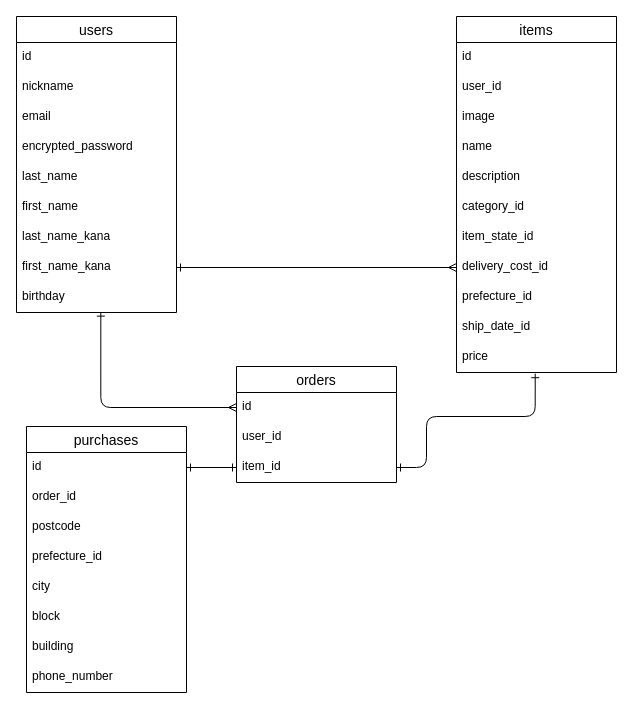
Above: test.dio in mayu1122oo/furima-39068 (draw.io), before the change. Source tidied: cells renumbered, new cells numbered last; positions are measured from the earlier drawing's top-left corner, leaving out a move shared by most shapes. Both pictures are drawn from the tidied source at 100%, with x=0, y=0 at pixel (16, 16).
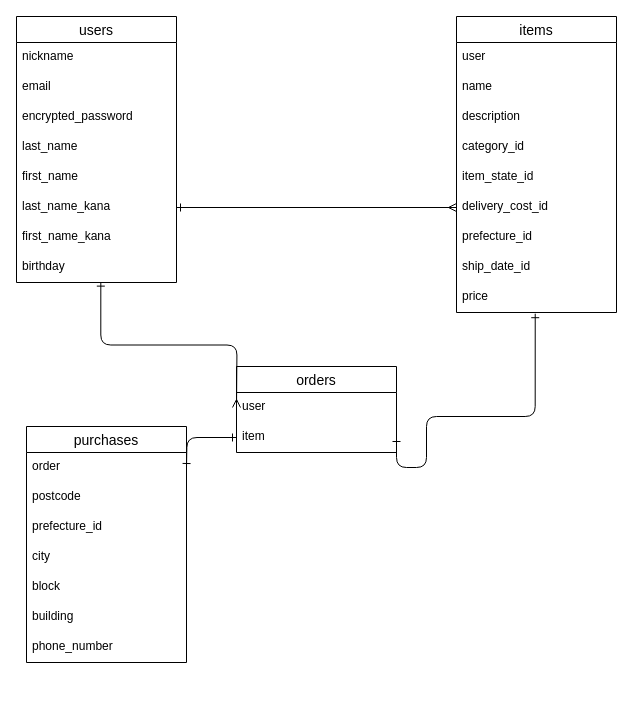
Above is the later version.

The edit, as a diff of the source:
```diff
@@
     <mxCell id="2" value="users" style="swimlane;fontStyle=0;horizontal=1;startSize=26;align=center;fontSize=14;" parent="1" vertex="1">
-      <mxGeometry width="160" height="296" as="geometry" />
+      <mxGeometry width="160" height="266" as="geometry" />
     </mxCell>
-    <mxCell id="3" value="id" style="text;strokeColor=none;fillColor=none;spacingLeft=4;spacingRight=4;overflow=hidden;fontSize=12;" parent="2" vertex="1">
-      <mxGeometry y="26" width="160" height="30" as="geometry" />
-    </mxCell>
     <mxCell id="4" value="nickname" style="text;strokeColor=none;fillColor=none;spacingLeft=4;spacingRight=4;overflow=hidden;fontSize=12;" parent="2" vertex="1">
-      <mxGeometry y="56" width="160" height="30" as="geometry" />
+      <mxGeometry y="26" width="160" height="30" as="geometry" />
     </mxCell>
     <mxCell id="5" value="email" style="text;strokeColor=none;fillColor=none;spacingLeft=4;spacingRight=4;overflow=hidden;fontSize=12;" parent="2" vertex="1">
-      <mxGeometry y="86" width="160" height="30" as="geometry" />
+      <mxGeometry y="56" width="160" height="30" as="geometry" />
     </mxCell>
     <mxCell id="6" value="encrypted_password  " style="text;strokeColor=none;fillColor=none;spacingLeft=4;spacingRight=4;overflow=hidden;fontSize=12;" parent="2" vertex="1">
-      <mxGeometry y="116" width="160" height="30" as="geometry" />
+      <mxGeometry y="86" width="160" height="30" as="geometry" />
     </mxCell>
     <mxCell id="7" value="last_name" style="text;strokeColor=none;fillColor=none;spacingLeft=4;spacingRight=4;overflow=hidden;fontSize=12;" parent="2" vertex="1">
-      <mxGeometry y="146" width="160" height="30" as="geometry" />
+      <mxGeometry y="116" width="160" height="30" as="geometry" />
     </mxCell>
     <mxCell id="8" value="first_name " style="text;strokeColor=none;fillColor=none;spacingLeft=4;spacingRight=4;overflow=hidden;fontSize=12;" parent="2" vertex="1">
-      <mxGeometry y="176" width="160" height="30" as="geometry" />
+      <mxGeometry y="146" width="160" height="30" as="geometry" />
     </mxCell>
     <mxCell id="9" value="last_name_kana     " style="text;strokeColor=none;fillColor=none;spacingLeft=4;spacingRight=4;overflow=hidden;points=[[0,0.5],[1,0.5]];portConstraint=eastwest;fontSize=12;" parent="2" vertex="1">
-      <mxGeometry y="206" width="160" height="30" as="geometry" />
+      <mxGeometry y="176" width="160" height="30" as="geometry" />
     </mxCell>
     <mxCell id="10" value="first_name_kana" style="text;strokeColor=none;fillColor=none;spacingLeft=4;spacingRight=4;overflow=hidden;points=[[0,0.5],[1,0.5]];portConstraint=eastwest;fontSize=12;" parent="2" vertex="1">
-      <mxGeometry y="236" width="160" height="30" as="geometry" />
+      <mxGeometry y="206" width="160" height="30" as="geometry" />
     </mxCell>
     <mxCell id="11" value="birthday" style="text;strokeColor=none;fillColor=none;spacingLeft=4;spacingRight=4;overflow=hidden;points=[[0,0.5],[1,0.5]];portConstraint=eastwest;fontSize=12;" parent="2" vertex="1">
-      <mxGeometry y="266" width="160" height="30" as="geometry" />
+      <mxGeometry y="236" width="160" height="30" as="geometry" />
     </mxCell>
     <mxCell id="12" value="items" style="swimlane;fontStyle=0;horizontal=1;startSize=26;align=center;fontSize=14;" parent="1" vertex="1">
-      <mxGeometry x="440" width="160" height="356" as="geometry" />
+      <mxGeometry x="440" width="160" height="296" as="geometry" />
     </mxCell>
-    <mxCell id="13" value="id" style="text;strokeColor=none;fillColor=none;spacingLeft=4;spacingRight=4;overflow=hidden;fontSize=12;" parent="12" vertex="1">
-      <mxGeometry y="26" width="160" height="30" as="geometry" />
-    </mxCell>
-    <mxCell id="14" value="user_id" style="text;strokeColor=none;fillColor=none;spacingLeft=4;spacingRight=4;overflow=hidden;fontSize=12;" parent="12" vertex="1">
-      <mxGeometry y="56" width="160" height="30" as="geometry" />
+    <mxCell id="14" value="user" style="text;strokeColor=none;fillColor=none;spacingLeft=4;spacingRight=4;overflow=hidden;fontSize=12;" parent="12" vertex="1">
+      <mxGeometry y="26" width="160" height="30" as="geometry" />
     </mxCell>
-    <mxCell id="15" value="image    " style="text;strokeColor=none;fillColor=none;spacingLeft=4;spacingRight=4;overflow=hidden;fontSize=12;" parent="12" vertex="1">
-      <mxGeometry y="86" width="160" height="30" as="geometry" />
-    </mxCell>
     <mxCell id="16" value="name" style="text;strokeColor=none;fillColor=none;spacingLeft=4;spacingRight=4;overflow=hidden;fontSize=12;" parent="12" vertex="1">
-      <mxGeometry y="116" width="160" height="30" as="geometry" />
+      <mxGeometry y="56" width="160" height="30" as="geometry" />
     </mxCell>
     <mxCell id="17" value="description" style="text;strokeColor=none;fillColor=none;spacingLeft=4;spacingRight=4;overflow=hidden;fontSize=12;" parent="12" vertex="1">
-      <mxGeometry y="146" width="160" height="30" as="geometry" />
+      <mxGeometry y="86" width="160" height="30" as="geometry" />
     </mxCell>
     <mxCell id="18" value="category_id" style="text;strokeColor=none;fillColor=none;spacingLeft=4;spacingRight=4;overflow=hidden;fontSize=12;" parent="12" vertex="1">
-      <mxGeometry y="176" width="160" height="30" as="geometry" />
+      <mxGeometry y="116" width="160" height="30" as="geometry" />
     </mxCell>
     <mxCell id="19" value="item_state_id" style="text;strokeColor=none;fillColor=none;spacingLeft=4;spacingRight=4;overflow=hidden;fontSize=12;" parent="12" vertex="1">
-      <mxGeometry y="206" width="160" height="30" as="geometry" />
+      <mxGeometry y="146" width="160" height="30" as="geometry" />
     </mxCell>
     <mxCell id="20" value="delivery_cost_id" style="text;strokeColor=none;fillColor=none;spacingLeft=4;spacingRight=4;overflow=hidden;points=[[0,0.5],[1,0.5]];portConstraint=eastwest;fontSize=12;" parent="12" vertex="1">
-      <mxGeometry y="236" width="160" height="30" as="geometry" />
+      <mxGeometry y="176" width="160" height="30" as="geometry" />
     </mxCell>
     <mxCell id="21" value="prefecture_id" style="text;strokeColor=none;fillColor=none;spacingLeft=4;spacingRight=4;overflow=hidden;fontSize=12;" parent="12" vertex="1">
-      <mxGeometry y="266" width="160" height="30" as="geometry" />
+      <mxGeometry y="206" width="160" height="30" as="geometry" />
     </mxCell>
     <mxCell id="22" value="ship_date_id" style="text;strokeColor=none;fillColor=none;spacingLeft=4;spacingRight=4;overflow=hidden;fontSize=12;" parent="12" vertex="1">
-      <mxGeometry y="296" width="160" height="30" as="geometry" />
+      <mxGeometry y="236" width="160" height="30" as="geometry" />
     </mxCell>
     <mxCell id="23" value="price" style="text;strokeColor=none;fillColor=none;spacingLeft=4;spacingRight=4;overflow=hidden;points=[[0,0.5],[1,0.5]];portConstraint=eastwest;fontSize=12;" parent="12" vertex="1">
-      <mxGeometry y="326" width="160" height="30" as="geometry" />
+      <mxGeometry y="266" width="160" height="30" as="geometry" />
     </mxCell>
     <mxCell id="24" value="orders" style="swimlane;fontStyle=0;horizontal=1;startSize=26;align=center;fontSize=14;" parent="1" vertex="1">
-      <mxGeometry x="220" y="350" width="160" height="116" as="geometry" />
+      <mxGeometry x="220" y="350" width="160" height="86" as="geometry" />
     </mxCell>
-    <mxCell id="25" value="id" style="text;strokeColor=none;fillColor=none;spacingLeft=4;spacingRight=4;overflow=hidden;points=[[0,0.5],[1,0.5]];portConstraint=eastwest;fontSize=12;" parent="24" vertex="1">
-      <mxGeometry y="26" width="160" height="30" as="geometry" />
-    </mxCell>
-    <mxCell id="26" value="user_id" style="text;strokeColor=none;fillColor=none;spacingLeft=4;spacingRight=4;overflow=hidden;fontSize=12;" parent="24" vertex="1">
-      <mxGeometry y="56" width="160" height="30" as="geometry" />
+    <mxCell id="26" value="user" style="text;strokeColor=none;fillColor=none;spacingLeft=4;spacingRight=4;overflow=hidden;fontSize=12;" parent="24" vertex="1">
+      <mxGeometry y="26" width="160" height="30" as="geometry" />
     </mxCell>
-    <mxCell id="27" value="item_id" style="text;strokeColor=none;fillColor=none;spacingLeft=4;spacingRight=4;overflow=hidden;points=[[0,0.5],[1,0.5]];portConstraint=eastwest;fontSize=12;" parent="24" vertex="1">
-      <mxGeometry y="86" width="160" height="30" as="geometry" />
+    <mxCell id="27" value="item" style="text;strokeColor=none;fillColor=none;spacingLeft=4;spacingRight=4;overflow=hidden;points=[[0,0.5],[1,0.5]];portConstraint=eastwest;fontSize=12;" parent="24" vertex="1">
+      <mxGeometry y="56" width="160" height="30" as="geometry" />
     </mxCell>
     <mxCell id="28" value="purchases" style="swimlane;fontStyle=0;horizontal=1;startSize=26;align=center;fontSize=14;" parent="1" vertex="1">
-      <mxGeometry x="10" y="410" width="160" height="266" as="geometry" />
+      <mxGeometry x="10" y="410" width="160" height="236" as="geometry" />
     </mxCell>
-    <mxCell id="29" value="id" style="text;strokeColor=none;fillColor=none;spacingLeft=4;spacingRight=4;overflow=hidden;fontSize=12;" parent="28" vertex="1">
-      <mxGeometry y="26" width="160" height="30" as="geometry" />
-    </mxCell>
-    <mxCell id="30" value="order_id" style="text;strokeColor=none;fillColor=none;spacingLeft=4;spacingRight=4;overflow=hidden;fontSize=12;" parent="28" vertex="1">
-      <mxGeometry y="56" width="160" height="30" as="geometry" />
+    <mxCell id="30" value="order" style="text;strokeColor=none;fillColor=none;spacingLeft=4;spacingRight=4;overflow=hidden;fontSize=12;" parent="28" vertex="1">
+      <mxGeometry y="26" width="160" height="30" as="geometry" />
     </mxCell>
     <mxCell id="31" value="postcode" style="text;strokeColor=none;fillColor=none;spacingLeft=4;spacingRight=4;overflow=hidden;fontSize=12;" parent="28" vertex="1">
-      <mxGeometry y="86" width="160" height="30" as="geometry" />
+      <mxGeometry y="56" width="160" height="30" as="geometry" />
     </mxCell>
     <mxCell id="32" value="prefecture_id" style="text;strokeColor=none;fillColor=none;spacingLeft=4;spacingRight=4;overflow=hidden;fontSize=12;" parent="28" vertex="1">
-      <mxGeometry y="116" width="160" height="30" as="geometry" />
+      <mxGeometry y="86" width="160" height="30" as="geometry" />
     </mxCell>
     <mxCell id="33" value="city" style="text;strokeColor=none;fillColor=none;spacingLeft=4;spacingRight=4;overflow=hidden;fontSize=12;" parent="28" vertex="1">
-      <mxGeometry y="146" width="160" height="30" as="geometry" />
+      <mxGeometry y="116" width="160" height="30" as="geometry" />
     </mxCell>
     <mxCell id="34" value="block" style="text;strokeColor=none;fillColor=none;spacingLeft=4;spacingRight=4;overflow=hidden;fontSize=12;" parent="28" vertex="1">
-      <mxGeometry y="176" width="160" height="30" as="geometry" />
+      <mxGeometry y="146" width="160" height="30" as="geometry" />
     </mxCell>
     <mxCell id="35" value="building" style="text;strokeColor=none;fillColor=none;spacingLeft=4;spacingRight=4;overflow=hidden;fontSize=12;" parent="28" vertex="1">
-      <mxGeometry y="206" width="160" height="30" as="geometry" />
+      <mxGeometry y="176" width="160" height="30" as="geometry" />
     </mxCell>
     <mxCell id="36" value="phone_number" style="text;strokeColor=none;fillColor=none;spacingLeft=4;spacingRight=4;overflow=hidden;fontSize=12;" parent="28" vertex="1">
-      <mxGeometry y="236" width="160" height="30" as="geometry" />
+      <mxGeometry y="206" width="160" height="30" as="geometry" />
     </mxCell>
-    <mxCell id="37" style="edgeStyle=none;html=1;exitX=1;exitY=0.5;exitDx=0;exitDy=0;entryX=0;entryY=0.5;entryDx=0;entryDy=0;startArrow=ERone;startFill=0;endArrow=ERmany;endFill=0;" parent="1" edge="1" source="10" target="20">
+    <mxCell id="37" style="edgeStyle=none;html=1;exitX=1;exitY=0.5;exitDx=0;exitDy=0;entryX=0;entryY=0.5;entryDx=0;entryDy=0;startArrow=ERone;startFill=0;endArrow=ERmany;endFill=0;" parent="1" edge="1" source="9" target="20">
       <mxGeometry relative="1" as="geometry" />
     </mxCell>
@@
-    <mxCell id="40" style="edgeStyle=orthogonalEdgeStyle;html=1;exitX=0;exitY=0.5;exitDx=0;exitDy=0;entryX=0.527;entryY=0.987;entryDx=0;entryDy=0;entryPerimeter=0;startArrow=ERmany;startFill=0;endArrow=ERone;endFill=0;" parent="1" edge="1" source="25" target="11">
-      <mxGeometry relative="1" as="geometry" />
+    <mxCell id="40" style="edgeStyle=orthogonalEdgeStyle;html=1;exitX=0;exitY=0.5;exitDx=0;exitDy=0;entryX=0.527;entryY=0.987;entryDx=0;entryDy=0;entryPerimeter=0;startArrow=ERmany;startFill=0;endArrow=ERone;endFill=0;" parent="1" edge="1" target="11">
+      <mxGeometry relative="1" as="geometry">
+        <mxPoint x="220" y="391" as="sourcePoint" />
+      </mxGeometry>
     </mxCell>
```
